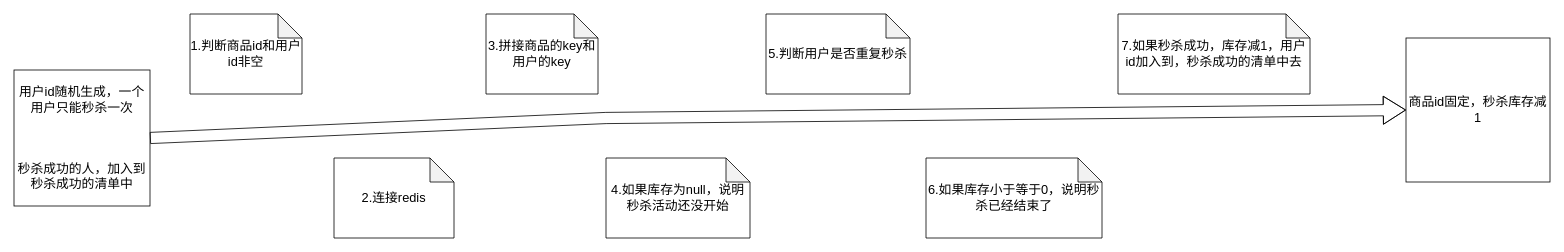
The draw.io diagram Arithmetic/王泽老师-redis-.drawio in lzyooyle/TikTok, before the edit. Source tidied: cells renumbered, new cells numbered last; positions are measured from the earlier drawing's top-left corner, leaving out a move shared by most shapes. Both pictures are drawn from the tidied source at 80%, with x=0, y=0 at pixel (14, 14).
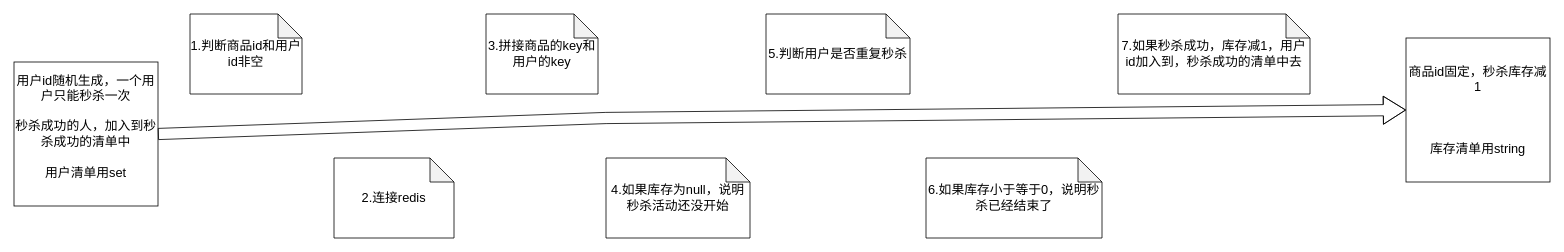
After the change.

What changed in the source:
```diff
@@
 <mxGraphModel>
   <root>
     <mxCell id="0" />
     <mxCell id="1" parent="0" />
-    <mxCell id="2" value="&lt;font style=&quot;font-size: 16px&quot;&gt;用户id随机生成，一个用户只能秒杀一次&lt;br&gt;&lt;br&gt;&lt;br&gt;&lt;br&gt;秒杀成功的人，加入到秒杀成功的清单中&lt;/font&gt;" style="whiteSpace=wrap;html=1;" parent="1" vertex="1">
-      <mxGeometry y="70" width="170" height="170" as="geometry" />
+    <mxCell id="2" value="&lt;font style=&quot;font-size: 16px&quot;&gt;用户id随机生成，一个用户只能秒杀一次&lt;br&gt;&lt;br&gt;秒杀成功的人，加入到秒杀成功的清单中&lt;br&gt;&lt;br&gt;用户清单用set&lt;br&gt;&lt;br&gt;&lt;/font&gt;" style="whiteSpace=wrap;html=1;" parent="1" vertex="1">
+      <mxGeometry y="60" width="180" height="180" as="geometry" />
     </mxCell>
-    <mxCell id="3" value="商品id固定，秒杀库存减1" style="whiteSpace=wrap;html=1;fontSize=16;" parent="1" vertex="1">
+    <mxCell id="3" value="商品id固定，秒杀库存减1&lt;br&gt;&lt;br&gt;&lt;br&gt;&lt;br&gt;库存清单用string" style="whiteSpace=wrap;html=1;fontSize=16;" parent="1" vertex="1">
       <mxGeometry x="1740" y="30" width="180" height="180" as="geometry" />
     </mxCell>
     <mxCell id="4" style="shape=flexArrow;endArrow=classic;html=1;rounded=0;fontSize=16;entryX=0;entryY=0.5;entryDx=0;entryDy=0;exitX=1;exitY=0.5;exitDx=0;exitDy=0;width=14;endSize=8.95;" parent="1" edge="1" source="2" target="3">
       <mxGeometry relative="1" as="geometry">
         <Array as="points">
           <mxPoint x="740" y="130" />
         </Array>
       </mxGeometry>
     </mxCell>
     <mxCell id="5" value="2.连接redis" style="shape=note;whiteSpace=wrap;html=1;backgroundOutline=1;darkOpacity=0.05;fontSize=16;" parent="1" vertex="1">
       <mxGeometry x="400" y="180" width="150" height="100" as="geometry" />
     </mxCell>
     <mxCell id="6" value="1.判断商品id和用户id非空" style="shape=note;whiteSpace=wrap;html=1;backgroundOutline=1;darkOpacity=0.05;fontSize=16;" parent="1" vertex="1">
       <mxGeometry x="220" width="140" height="100" as="geometry" />
     </mxCell>
     <mxCell id="7" value="3.拼接商品的key和用户的key" style="shape=note;whiteSpace=wrap;html=1;backgroundOutline=1;darkOpacity=0.05;fontSize=16;" parent="1" vertex="1">
       <mxGeometry x="590" width="140" height="100" as="geometry" />
     </mxCell>
     <mxCell id="8" value="4.如果库存为null，说明秒杀活动还没开始" style="shape=note;whiteSpace=wrap;html=1;backgroundOutline=1;darkOpacity=0.05;fontSize=16;" parent="1" vertex="1">
       <mxGeometry x="740" y="180" width="180" height="100" as="geometry" />
     </mxCell>
     <mxCell id="9" value="5.判断用户是否重复秒杀" style="shape=note;whiteSpace=wrap;html=1;backgroundOutline=1;darkOpacity=0.05;fontSize=16;" parent="1" vertex="1">
       <mxGeometry x="940" width="180" height="100" as="geometry" />
     </mxCell>
     <mxCell id="10" value="6.如果库存小于等于0，说明秒杀已经结束了" style="shape=note;whiteSpace=wrap;html=1;backgroundOutline=1;darkOpacity=0.05;fontSize=16;" parent="1" vertex="1">
       <mxGeometry x="1140" y="180" width="220" height="100" as="geometry" />
     </mxCell>
     <mxCell id="11" value="7.如果秒杀成功，库存减1，用户id加入到，秒杀成功的清单中去" style="shape=note;whiteSpace=wrap;html=1;backgroundOutline=1;darkOpacity=0.05;fontSize=16;" parent="1" vertex="1">
       <mxGeometry x="1380" width="240" height="100" as="geometry" />
     </mxCell>
   </root>
 </mxGraphModel>
```
